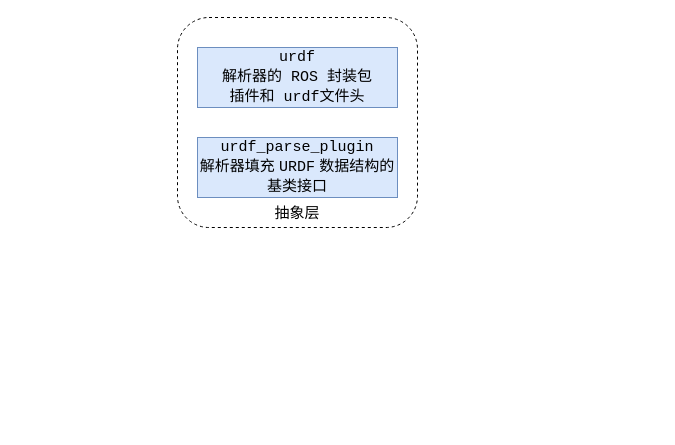
This is urdf.drawio from debeetle/Drawio, a draw.io file, before an edit. Source tidied: cells renumbered, new cells numbered last; positions are measured from the earlier drawing's top-left corner, leaving out a move shared by most shapes. Both pictures are drawn from the tidied source at 100%, with x=0, y=0 at pixel (177, 17).
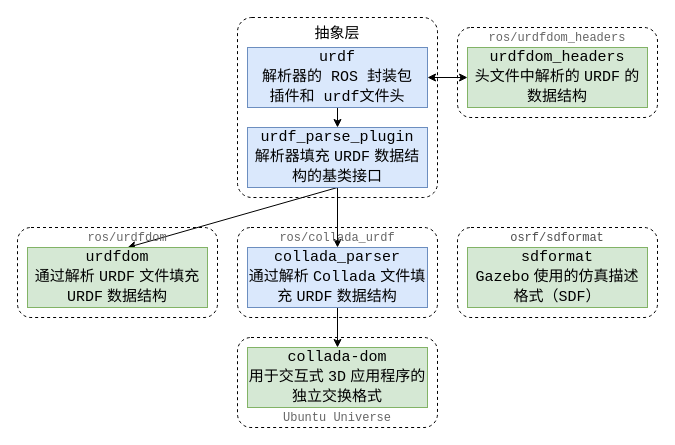
After the change.

Change to the diagram source:
```diff
@@
-    <mxCell id="2" style="rounded=1;whiteSpace=wrap;html=1;fillColor=none;dashed=1;strokeColor=default;" parent="1" vertex="1">
-      <mxGeometry width="240" height="210" as="geometry" />
+    <mxCell id="2" style="rounded=1;whiteSpace=wrap;html=1;fillColor=none;dashed=1;strokeColor=default;arcSize=8;" parent="1" vertex="1">
+      <mxGeometry x="60" width="200" height="180" as="geometry" />
     </mxCell>
+    <mxCell id="6" style="edgeStyle=orthogonalEdgeStyle;rounded=0;jettySize=auto;html=1;exitX=1;exitY=0.5;exitDx=0;exitDy=0;entryX=0;entryY=0.5;entryDx=0;entryDy=0;startArrow=classic;startFill=1;" parent="1" edge="1" source="3" target="20">
+      <mxGeometry relative="1" as="geometry" />
+    </mxCell>
+    <mxCell id="7" style="edgeStyle=orthogonalEdgeStyle;rounded=0;jettySize=auto;html=1;exitX=0.5;exitY=1;exitDx=0;exitDy=0;entryX=0.5;entryY=0;entryDx=0;entryDy=0;" parent="1" edge="1" source="3" target="4">
+      <mxGeometry relative="1" as="geometry" />
+    </mxCell>
     <mxCell id="3" value="urdf&lt;div&gt;&lt;font face=&quot;STZhongsong&quot;&gt;解析器的&lt;/font&gt; ROS &lt;font face=&quot;STZhongsong&quot;&gt;封装包&lt;/font&gt;&lt;/div&gt;&lt;div&gt;&lt;font face=&quot;STZhongsong&quot;&gt;插件和&lt;/font&gt; urdf&lt;font face=&quot;STZhongsong&quot;&gt;文件头&lt;/font&gt;&lt;/div&gt;" style="rounded=0;whiteSpace=wrap;html=1;fillColor=#dae8fc;strokeColor=#6c8ebf;fontSize=15;fontFamily=Courier New;" parent="1" vertex="1">
-      <mxGeometry x="20" y="30" width="200" height="60" as="geometry" />
+      <mxGeometry x="70" y="30" width="180" height="60" as="geometry" />
     </mxCell>
+    <mxCell id="8" style="edgeStyle=orthogonalEdgeStyle;rounded=0;jettySize=auto;html=1;exitX=0.5;exitY=1;exitDx=0;exitDy=0;" parent="1" edge="1" source="4" target="12">
+      <mxGeometry relative="1" as="geometry" />
+    </mxCell>
+    <mxCell id="9" style="rounded=0;jettySize=auto;html=1;exitX=0.5;exitY=1;exitDx=0;exitDy=0;entryX=0.5;entryY=1;entryDx=0;entryDy=0;" parent="1" edge="1" source="4" target="22">
+      <mxGeometry relative="1" as="geometry" />
+    </mxCell>
     <mxCell id="4" value="urdf_parse_plugin&lt;div&gt;&lt;font face=&quot;STZhongsong&quot;&gt;解析器填充 &lt;/font&gt;&lt;font face=&quot;Courier New&quot;&gt;URDF&lt;/font&gt;&lt;font face=&quot;STZhongsong&quot;&gt; 数据结构的基类接口&lt;/font&gt;&lt;/div&gt;" style="rounded=0;whiteSpace=wrap;html=1;fillColor=#dae8fc;strokeColor=#6c8ebf;fontSize=15;fontFamily=Courier New;" parent="1" vertex="1">
-      <mxGeometry x="20" y="120" width="200" height="60" as="geometry" />
+      <mxGeometry x="70" y="110" width="180" height="60" as="geometry" />
     </mxCell>
     <mxCell id="5" value="&lt;font style=&quot;font-size: 15px;&quot; face=&quot;STZhongsong&quot;&gt;抽象层&lt;/font&gt;" style="text;html=1;align=center;verticalAlign=middle;whiteSpace=wrap;rounded=0;" parent="1" vertex="1">
-      <mxGeometry x="90" y="180" width="60" height="30" as="geometry" />
+      <mxGeometry x="130" width="60" height="30" as="geometry" />
     </mxCell>
+    <mxCell id="10" style="rounded=1;whiteSpace=wrap;html=1;fillColor=none;dashed=1;strokeColor=default;" parent="1" vertex="1">
+      <mxGeometry x="60" y="210" width="200" height="90" as="geometry" />
+    </mxCell>
+    <mxCell id="11" style="edgeStyle=orthogonalEdgeStyle;rounded=0;jettySize=auto;html=1;exitX=0.5;exitY=1;exitDx=0;exitDy=0;entryX=0.5;entryY=0;entryDx=0;entryDy=0;" parent="1" edge="1" source="12" target="16">
+      <mxGeometry relative="1" as="geometry" />
+    </mxCell>
+    <mxCell id="12" value="&lt;div&gt;collada_parser&lt;/div&gt;&lt;div&gt;&lt;font face=&quot;STZhongsong&quot;&gt;通过解析 &lt;/font&gt;&lt;font face=&quot;Courier New&quot;&gt;Collada&lt;/font&gt;&lt;font face=&quot;STZhongsong&quot;&gt; 文件填充 &lt;/font&gt;URDF&lt;font face=&quot;STZhongsong&quot;&gt; 数据结构&lt;/font&gt;&lt;/div&gt;" style="rounded=0;whiteSpace=wrap;html=1;fillColor=#dae8fc;strokeColor=#6c8ebf;fontSize=15;fontFamily=Courier New;" parent="1" vertex="1">
+      <mxGeometry x="70" y="230" width="180" height="60" as="geometry" />
+    </mxCell>
+    <mxCell id="13" style="rounded=1;whiteSpace=wrap;html=1;fillColor=none;dashed=1;strokeColor=default;" parent="1" vertex="1">
+      <mxGeometry x="-160" y="210" width="200" height="90" as="geometry" />
+    </mxCell>
+    <mxCell id="14" value="&lt;div&gt;urdfdom&lt;/div&gt;&lt;div&gt;&lt;font face=&quot;STZhongsong&quot;&gt;通过解析 &lt;/font&gt;URDF&lt;font face=&quot;STZhongsong&quot;&gt;&amp;nbsp;文件填充 &lt;/font&gt;URDF&lt;font face=&quot;STZhongsong&quot;&gt; 数据结构&lt;/font&gt;&lt;/div&gt;" style="rounded=0;whiteSpace=wrap;html=1;fillColor=#d5e8d4;strokeColor=#82b366;fontSize=15;fontFamily=Courier New;" parent="1" vertex="1">
+      <mxGeometry x="-150" y="230" width="180" height="60" as="geometry" />
+    </mxCell>
+    <mxCell id="15" style="rounded=1;whiteSpace=wrap;html=1;fillColor=none;dashed=1;strokeColor=default;" parent="1" vertex="1">
+      <mxGeometry x="60" y="320" width="200" height="90" as="geometry" />
+    </mxCell>
+    <mxCell id="16" value="&lt;div&gt;collada-dom&lt;/div&gt;&lt;div&gt;&lt;font face=&quot;STZhongsong&quot;&gt;用于交互式 &lt;/font&gt;3D&lt;font face=&quot;STZhongsong&quot;&gt; 应用程序的独立交换格式&lt;/font&gt;&lt;/div&gt;" style="rounded=0;whiteSpace=wrap;html=1;fillColor=#d5e8d4;strokeColor=#82b366;fontSize=15;fontFamily=Courier New;" parent="1" vertex="1">
+      <mxGeometry x="70" y="330" width="180" height="60" as="geometry" />
+    </mxCell>
+    <mxCell id="17" style="rounded=1;whiteSpace=wrap;html=1;fillColor=none;dashed=1;strokeColor=default;" parent="1" vertex="1">
+      <mxGeometry x="280" y="210" width="200" height="90" as="geometry" />
+    </mxCell>
+    <mxCell id="18" value="&lt;div&gt;sdformat&lt;/div&gt;&lt;div&gt;&lt;font face=&quot;Courier New&quot;&gt;Gazebo&lt;/font&gt;&lt;font face=&quot;STZhongsong&quot;&gt; 使用的仿真描述格式&lt;/font&gt;&lt;font face=&quot;Courier New&quot;&gt;（SDF）&lt;/font&gt;&lt;/div&gt;" style="rounded=0;whiteSpace=wrap;html=1;fillColor=#d5e8d4;strokeColor=#82b366;fontSize=15;fontFamily=Courier New;" parent="1" vertex="1">
+      <mxGeometry x="290" y="230" width="180" height="60" as="geometry" />
+    </mxCell>
+    <mxCell id="19" style="rounded=1;whiteSpace=wrap;html=1;fillColor=none;dashed=1;strokeColor=default;" parent="1" vertex="1">
+      <mxGeometry x="280" y="10" width="200" height="90" as="geometry" />
+    </mxCell>
+    <mxCell id="20" value="&lt;div&gt;&lt;font style=&quot;background-color: transparent; color: light-dark(rgb(0, 0, 0), rgb(255, 255, 255));&quot; face=&quot;Courier New&quot;&gt;urdfdom_headers&lt;/font&gt;&lt;/div&gt;&lt;div&gt;&lt;font face=&quot;STZhongsong&quot;&gt;头文件中解析的 &lt;/font&gt;&lt;font face=&quot;Courier New&quot;&gt;URDF&lt;/font&gt;&lt;font face=&quot;STZhongsong&quot;&gt; 的数据结构&lt;/font&gt;&lt;/div&gt;" style="rounded=0;whiteSpace=wrap;html=1;fillColor=#d5e8d4;strokeColor=#82b366;fontSize=15;fontFamily=Courier New;" parent="1" vertex="1">
+      <mxGeometry x="290" y="30" width="180" height="60" as="geometry" />
+    </mxCell>
+    <mxCell id="21" value="&lt;font style=&quot;color: rgb(102, 102, 102);&quot; face=&quot;Courier New&quot;&gt;ros/collada_urdf&lt;/font&gt;" style="text;html=1;align=center;verticalAlign=middle;whiteSpace=wrap;rounded=0;" parent="1" vertex="1">
+      <mxGeometry x="50" y="210" width="220" height="20" as="geometry" />
+    </mxCell>
+    <mxCell id="22" value="&lt;font style=&quot;color: rgb(102, 102, 102);&quot; face=&quot;Courier New&quot;&gt;ros/urdfdom&lt;/font&gt;" style="text;html=1;align=center;verticalAlign=middle;whiteSpace=wrap;rounded=0;" parent="1" vertex="1">
+      <mxGeometry x="-160" y="210" width="220" height="20" as="geometry" />
+    </mxCell>
+    <mxCell id="23" value="&lt;font style=&quot;color: rgb(102, 102, 102);&quot; face=&quot;Courier New&quot;&gt;ros/urdfdom_headers&lt;/font&gt;" style="text;html=1;align=center;verticalAlign=middle;whiteSpace=wrap;rounded=0;" parent="1" vertex="1">
+      <mxGeometry x="280" y="10" width="200" height="20" as="geometry" />
+    </mxCell>
+    <mxCell id="24" value="&lt;font style=&quot;color: rgb(77, 77, 77);&quot; face=&quot;Courier New&quot;&gt;osrf/sdformat&lt;/font&gt;" style="text;html=1;align=center;verticalAlign=middle;whiteSpace=wrap;rounded=0;" parent="1" vertex="1">
+      <mxGeometry x="280" y="210" width="200" height="20" as="geometry" />
+    </mxCell>
+    <mxCell id="25" value="&lt;font style=&quot;color: rgb(102, 102, 102);&quot; face=&quot;Courier New&quot;&gt;Ubuntu Universe&lt;/font&gt;" style="text;html=1;align=center;verticalAlign=middle;whiteSpace=wrap;rounded=0;" parent="1" vertex="1">
+      <mxGeometry x="50" y="390" width="220" height="20" as="geometry" />
+    </mxCell>
```
